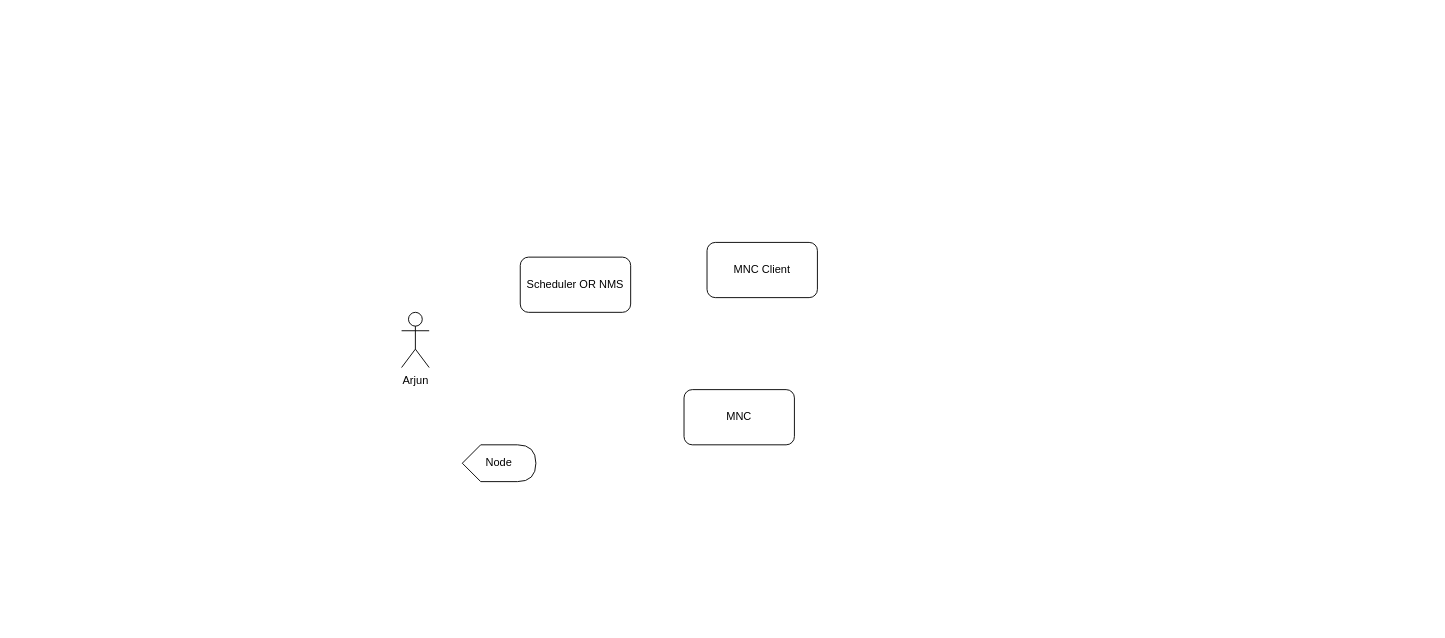
This is SchedulerORNMS_To_Node_Via_MNC.drawio from anshuldevmehta/RandomDiagrams, a draw.io file, before an edit. Source tidied: cells renumbered, new cells numbered last; positions are measured from the earlier drawing's top-left corner, leaving out a move shared by most shapes. Both pictures are drawn from the tidied source at 92%, with x=0, y=0 at pixel (401, 242).
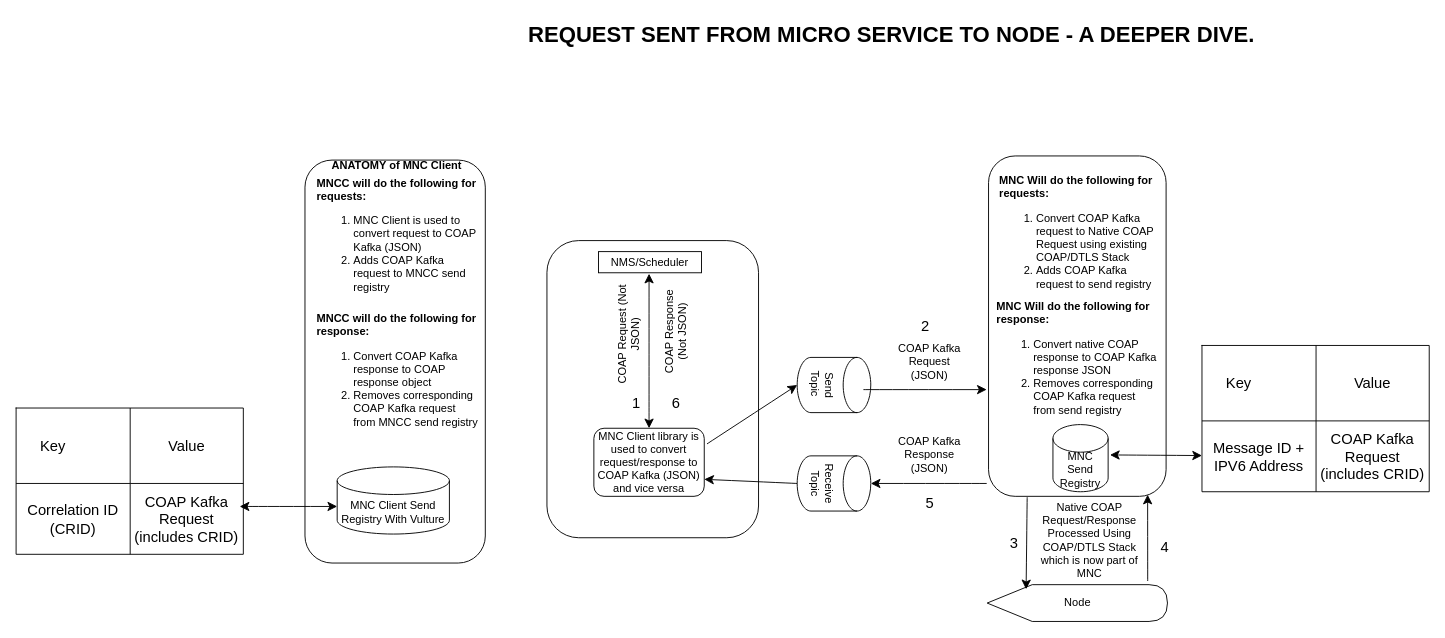
The same page after the edit.

Change to the diagram source:
```diff
@@
     <mxCell id="2" value="Node" style="shape=display;whiteSpace=wrap;html=1;" parent="1" vertex="1">
-      <mxGeometry x="66" y="220" width="80" height="40" as="geometry" />
+      <mxGeometry x="636.5" y="372" width="196" height="40" as="geometry" />
     </mxCell>
-    <mxCell id="3" value="MNC" style="rounded=1;whiteSpace=wrap;html=1;" parent="1" vertex="1">
-      <mxGeometry x="307" y="160" width="120" height="60" as="geometry" />
+    <mxCell id="3" style="rounded=1;whiteSpace=wrap;html=1;" parent="1" vertex="1">
+      <mxGeometry x="638" y="-94" width="193" height="370" as="geometry" />
     </mxCell>
-    <mxCell id="4" value="&lt;div&gt;Arjun&lt;/div&gt;&lt;div&gt;&lt;br&gt;&lt;/div&gt;" style="shape=umlActor;verticalLabelPosition=bottom;verticalAlign=top;html=1;" parent="1" vertex="1">
-      <mxGeometry y="76" width="30" height="60" as="geometry" />
-    </mxCell>
+    <mxCell id="6" style="rounded=1;whiteSpace=wrap;html=1;align=left;" parent="1" vertex="1">
+      <mxGeometry x="158" y="-2" width="230" height="323" as="geometry" />
+    </mxCell>
-    <mxCell id="5" value="MNC Client" style="rounded=1;whiteSpace=wrap;html=1;" parent="1" vertex="1">
-      <mxGeometry x="332" width="120" height="60" as="geometry" />
+    <mxCell id="5" value="MNC Client library is used to convert request/response to COAP Kafka (JSON) and vice versa" style="rounded=1;whiteSpace=wrap;html=1;" parent="1" vertex="1">
+      <mxGeometry x="209" y="202" width="120" height="74" as="geometry" />
     </mxCell>
-    <mxCell id="6" value="Scheduler OR NMS" style="rounded=1;whiteSpace=wrap;html=1;" parent="1" vertex="1">
-      <mxGeometry x="129" y="16" width="120" height="60" as="geometry" />
-    </mxCell>
+    <mxCell id="7" value="COAP Request (Not JSON)" style="text;html=1;align=center;verticalAlign=middle;whiteSpace=wrap;rounded=0;rotation=-90;" parent="1" vertex="1">
+      <mxGeometry x="192" y="85" width="110" height="30" as="geometry" />
+    </mxCell>
+    <mxCell id="8" value="Send Topic&amp;nbsp;" style="shape=cylinder3;whiteSpace=wrap;html=1;boundedLbl=1;backgroundOutline=1;size=15;rotation=90;" parent="1" vertex="1">
+      <mxGeometry x="440" y="115" width="60" height="80" as="geometry" />
+    </mxCell>
+    <mxCell id="9" value="Receive Topic" style="shape=cylinder3;whiteSpace=wrap;html=1;boundedLbl=1;backgroundOutline=1;size=15;rotation=90;" parent="1" vertex="1">
+      <mxGeometry x="440" y="222" width="60" height="80" as="geometry" />
+    </mxCell>
+    <mxCell id="10" style="endArrow=classic;html=1;rounded=0;fontSize=12;startSize=8;endSize=8;curved=1;entryX=0.5;entryY=1;entryDx=0;entryDy=0;entryPerimeter=0;" parent="1" edge="1" target="8">
+      <mxGeometry relative="1" as="geometry">
+        <mxPoint x="332" y="219" as="sourcePoint" />
+      </mxGeometry>
+    </mxCell>
+    <mxCell id="11" style="endArrow=classic;html=1;rounded=0;fontSize=12;startSize=8;endSize=8;curved=1;" parent="1" edge="1">
+      <mxGeometry relative="1" as="geometry">
+        <mxPoint x="502" y="160" as="sourcePoint" />
+        <mxPoint x="636" y="160" as="targetPoint" />
+      </mxGeometry>
+    </mxCell>
+    <mxCell id="12" style="endArrow=classic;html=1;rounded=0;fontSize=12;startSize=8;endSize=8;curved=1;" parent="1" edge="1" target="9">
+      <mxGeometry relative="1" as="geometry">
+        <mxPoint x="636" y="262" as="sourcePoint" />
+      </mxGeometry>
+    </mxCell>
+    <mxCell id="13" style="endArrow=classic;html=1;rounded=0;fontSize=12;startSize=8;endSize=8;curved=1;entryX=0.216;entryY=0.125;entryDx=0;entryDy=0;entryPerimeter=0;" parent="1" edge="1" target="2">
+      <mxGeometry relative="1" as="geometry">
+        <mxPoint x="680" y="277" as="sourcePoint" />
+      </mxGeometry>
+    </mxCell>
+    <mxCell id="14" style="endArrow=classic;html=1;rounded=0;fontSize=12;startSize=8;endSize=8;curved=1;entryX=0.896;entryY=0.995;entryDx=0;entryDy=0;entryPerimeter=0;" parent="1" edge="1" target="3">
+      <mxGeometry relative="1" as="geometry">
+        <mxPoint x="811" y="368" as="sourcePoint" />
+      </mxGeometry>
+    </mxCell>
+    <mxCell id="15" value="Native COAP Request/Response Processed Using COAP/DTLS Stack which is now part of MNC" style="text;html=1;align=center;verticalAlign=middle;whiteSpace=wrap;rounded=0;" parent="1" vertex="1">
+      <mxGeometry x="685" y="309" width="126" height="30" as="geometry" />
+    </mxCell>
+    <mxCell id="16" value="COAP Kafka Request (JSON)" style="text;html=1;align=center;verticalAlign=middle;whiteSpace=wrap;rounded=0;" parent="1" vertex="1">
+      <mxGeometry x="534" y="109" width="80" height="41" as="geometry" />
+    </mxCell>
+    <mxCell id="17" value="COAP Kafka Response (JSON)" style="text;html=1;align=center;verticalAlign=middle;whiteSpace=wrap;rounded=0;rotation=0;" parent="1" vertex="1">
+      <mxGeometry x="533" y="202" width="82" height="57" as="geometry" />
+    </mxCell>
+    <mxCell id="18" style="endArrow=classic;html=1;rounded=0;fontSize=12;startSize=8;endSize=8;curved=1;entryX=1;entryY=0.75;entryDx=0;entryDy=0;exitX=0.5;exitY=1;exitDx=0;exitDy=0;exitPerimeter=0;" parent="1" edge="1" source="9" target="5">
+      <mxGeometry relative="1" as="geometry" />
+    </mxCell>
+    <mxCell id="19" value="&lt;div&gt;&lt;b&gt;MNC Will do the following for requests:&lt;/b&gt;&lt;/div&gt;&lt;ol&gt;&lt;li&gt;Convert COAP Kafka request to Native COAP Request using existing COAP/DTLS Stack&lt;/li&gt;&lt;li&gt;Adds COAP Kafka request to send registry&lt;/li&gt;&lt;/ol&gt;" style="text;html=1;whiteSpace=wrap;overflow=hidden;rounded=0;" parent="1" vertex="1">
+      <mxGeometry x="648" y="-81" width="180" height="137" as="geometry" />
+    </mxCell>
+    <mxCell id="20" value="MNC Send Registry" style="shape=cylinder3;whiteSpace=wrap;html=1;boundedLbl=1;backgroundOutline=1;size=15;" parent="1" vertex="1">
+      <mxGeometry x="708" y="198" width="60" height="73" as="geometry" />
+    </mxCell>
+    <mxCell id="21" style="shape=table;startSize=0;childLayout=tableLayout;fontSize=16;" parent="1" vertex="1">
+      <mxGeometry x="870" y="112" width="247" height="159" as="geometry" />
+    </mxCell>
+    <mxCell id="22" style="shape=tableRow;horizontal=0;startSize=0;swimlaneHead=0;swimlaneBody=0;strokeColor=inherit;top=0;left=0;bottom=0;right=0;fillColor=none;fontSize=16;" parent="21" vertex="1">
+      <mxGeometry width="247" height="82" as="geometry" />
+    </mxCell>
+    <mxCell id="23" value="Key&lt;span style=&quot;white-space: pre;&quot;&gt;&#9;&lt;span style=&quot;white-space: pre;&quot;&gt;&#9;&lt;/span&gt;&lt;/span&gt;" style="shape=partialRectangle;html=1;whiteSpace=wrap;strokeColor=inherit;overflow=hidden;fillColor=none;top=0;left=0;bottom=0;right=0;fontSize=16;" parent="22" vertex="1">
+      <mxGeometry width="124" height="82" as="geometry" />
+    </mxCell>
+    <mxCell id="24" value="Value" style="shape=partialRectangle;html=1;whiteSpace=wrap;strokeColor=inherit;overflow=hidden;fillColor=none;top=0;left=0;bottom=0;right=0;fontSize=16;" parent="22" vertex="1">
+      <mxGeometry x="124" width="123" height="82" as="geometry" />
+    </mxCell>
+    <mxCell id="25" style="shape=tableRow;horizontal=0;startSize=0;swimlaneHead=0;swimlaneBody=0;strokeColor=inherit;top=0;left=0;bottom=0;right=0;fillColor=none;points=[[0,0.5],[1,0.5]];portConstraint=eastwest;fontSize=16;" parent="21" vertex="1">
+      <mxGeometry y="82" width="247" height="77" as="geometry" />
+    </mxCell>
+    <mxCell id="26" value="Message ID + IPV6 Address" style="shape=partialRectangle;html=1;whiteSpace=wrap;strokeColor=inherit;overflow=hidden;fillColor=none;top=0;left=0;bottom=0;right=0;fontSize=16;" parent="25" vertex="1">
+      <mxGeometry width="124" height="77" as="geometry" />
+    </mxCell>
+    <mxCell id="27" value="COAP Kafka Request (includes CRID)" style="shape=partialRectangle;html=1;whiteSpace=wrap;strokeColor=inherit;overflow=hidden;fillColor=none;top=0;left=0;bottom=0;right=0;fontSize=16;" parent="25" vertex="1">
+      <mxGeometry x="124" width="123" height="77" as="geometry" />
+    </mxCell>
+    <mxCell id="28" style="endArrow=classic;startArrow=classic;html=1;rounded=0;fontSize=12;startSize=8;endSize=8;curved=1;" parent="1" edge="1" target="25">
+      <mxGeometry relative="1" as="geometry">
+        <mxPoint x="770" y="231" as="sourcePoint" />
+      </mxGeometry>
+    </mxCell>
+    <mxCell id="29" value="&lt;div&gt;&lt;b&gt;MNC Will do the following for response:&lt;/b&gt;&lt;/div&gt;&lt;ol&gt;&lt;li&gt;Convert native COAP response to COAP Kafka response JSON&lt;/li&gt;&lt;li&gt;Removes corresponding COAP Kafka request from send registry&lt;/li&gt;&lt;/ol&gt;" style="text;html=1;whiteSpace=wrap;overflow=hidden;rounded=0;" parent="1" vertex="1">
+      <mxGeometry x="644.5" y="56" width="180" height="137" as="geometry" />
+    </mxCell>
+    <mxCell id="30" style="rounded=1;whiteSpace=wrap;html=1;" parent="1" vertex="1">
+      <mxGeometry x="-105" y="-89.5" width="196" height="438" as="geometry" />
+    </mxCell>
+    <mxCell id="31" value="&lt;div align=&quot;center&quot;&gt;&lt;b&gt;ANATOMY of MNC Client&lt;/b&gt;&lt;/div&gt;" style="text;html=1;align=center;verticalAlign=middle;whiteSpace=wrap;rounded=0;" parent="1" vertex="1">
+      <mxGeometry x="-94" y="-98" width="178" height="30" as="geometry" />
+    </mxCell>
+    <mxCell id="32" value="&lt;div&gt;&lt;b&gt;MNCC will do the following for requests:&lt;/b&gt;&lt;/div&gt;&lt;ol&gt;&lt;li&gt;MNC Client is used to convert request to COAP Kafka (JSON)&lt;/li&gt;&lt;li&gt;Adds COAP Kafka request to MNCC send registry&lt;/li&gt;&lt;/ol&gt;" style="text;html=1;whiteSpace=wrap;overflow=hidden;rounded=0;" parent="1" vertex="1">
+      <mxGeometry x="-94" y="-78" width="180" height="135" as="geometry" />
+    </mxCell>
+    <mxCell id="33" value="&lt;div&gt;&lt;b&gt;MNCC will do the following for response:&lt;/b&gt;&lt;/div&gt;&lt;ol&gt;&lt;li&gt;Convert COAP Kafka response to COAP response object&lt;/li&gt;&lt;li&gt;Removes corresponding COAP Kafka request from MNCC send registry&lt;/li&gt;&lt;/ol&gt;" style="text;html=1;whiteSpace=wrap;overflow=hidden;rounded=0;" parent="1" vertex="1">
+      <mxGeometry x="-94" y="69" width="180" height="137" as="geometry" />
+    </mxCell>
+    <mxCell id="34" value="MNC Client Send Registry With Vulture" style="shape=cylinder3;whiteSpace=wrap;html=1;boundedLbl=1;backgroundOutline=1;size=15;" parent="1" vertex="1">
+      <mxGeometry x="-70" y="244" width="122" height="73" as="geometry" />
+    </mxCell>
+    <mxCell id="35" style="shape=table;startSize=0;childLayout=tableLayout;fontSize=16;" parent="1" vertex="1">
+      <mxGeometry x="-419" y="180" width="247" height="159" as="geometry" />
+    </mxCell>
+    <mxCell id="36" style="shape=tableRow;horizontal=0;startSize=0;swimlaneHead=0;swimlaneBody=0;strokeColor=inherit;top=0;left=0;bottom=0;right=0;fillColor=none;fontSize=16;" parent="35" vertex="1">
+      <mxGeometry width="247" height="82" as="geometry" />
+    </mxCell>
+    <mxCell id="37" value="Key&lt;span style=&quot;white-space: pre;&quot;&gt;&#9;&lt;span style=&quot;white-space: pre;&quot;&gt;&#9;&lt;/span&gt;&lt;/span&gt;" style="shape=partialRectangle;html=1;whiteSpace=wrap;strokeColor=inherit;overflow=hidden;fillColor=none;top=0;left=0;bottom=0;right=0;fontSize=16;" parent="36" vertex="1">
+      <mxGeometry width="124" height="82" as="geometry" />
+    </mxCell>
+    <mxCell id="38" value="Value" style="shape=partialRectangle;html=1;whiteSpace=wrap;strokeColor=inherit;overflow=hidden;fillColor=none;top=0;left=0;bottom=0;right=0;fontSize=16;" parent="36" vertex="1">
+      <mxGeometry x="124" width="123" height="82" as="geometry" />
+    </mxCell>
+    <mxCell id="39" style="shape=tableRow;horizontal=0;startSize=0;swimlaneHead=0;swimlaneBody=0;strokeColor=inherit;top=0;left=0;bottom=0;right=0;fillColor=none;fontSize=16;" parent="35" vertex="1">
+      <mxGeometry y="82" width="247" height="77" as="geometry" />
+    </mxCell>
+    <mxCell id="40" value="Correlation ID (CRID)" style="shape=partialRectangle;html=1;whiteSpace=wrap;strokeColor=inherit;overflow=hidden;fillColor=none;top=0;left=0;bottom=0;right=0;fontSize=16;" parent="39" vertex="1">
+      <mxGeometry width="124" height="77" as="geometry" />
+    </mxCell>
+    <mxCell id="41" value="COAP Kafka Request (includes CRID)" style="shape=partialRectangle;html=1;whiteSpace=wrap;strokeColor=inherit;overflow=hidden;fillColor=none;top=0;left=0;bottom=0;right=0;fontSize=16;" parent="39" vertex="1">
+      <mxGeometry x="124" width="123" height="77" as="geometry" />
+    </mxCell>
+    <mxCell id="42" style="endArrow=classic;startArrow=classic;html=1;rounded=0;fontSize=12;startSize=8;endSize=8;curved=1;" parent="1" edge="1">
+      <mxGeometry relative="1" as="geometry">
+        <mxPoint x="-176" y="287" as="sourcePoint" />
+        <mxPoint x="-70" y="287" as="targetPoint" />
+      </mxGeometry>
+    </mxCell>
+    <mxCell id="43" value="COAP Response (Not JSON)" style="text;html=1;align=center;verticalAlign=middle;whiteSpace=wrap;rounded=0;rotation=-90;" parent="1" vertex="1">
+      <mxGeometry x="243" y="82" width="110" height="30" as="geometry" />
+    </mxCell>
+    <mxCell id="44" style="endArrow=classic;startArrow=classic;html=1;rounded=0;fontSize=12;startSize=8;endSize=8;curved=1;entryX=0.5;entryY=1;entryDx=0;entryDy=0;" parent="1" edge="1" source="5">
+      <mxGeometry relative="1" as="geometry">
+        <mxPoint x="269" y="34" as="targetPoint" />
+      </mxGeometry>
+    </mxCell>
+    <mxCell id="45" value="NMS/Scheduler" style="rounded=0;whiteSpace=wrap;html=1;" parent="1" vertex="1">
+      <mxGeometry x="214" y="10" width="112" height="23" as="geometry" />
+    </mxCell>
+    <mxCell id="46" value="&lt;h1 style=&quot;margin-top: 0px;&quot;&gt;REQUEST SENT FROM MICRO SERVICE TO NODE - A DEEPER DIVE.&lt;/h1&gt;&lt;p&gt;&lt;br&gt;&lt;/p&gt;" style="text;html=1;whiteSpace=wrap;overflow=hidden;rounded=0;" parent="1" vertex="1">
+      <mxGeometry x="136" y="-246" width="823" height="48" as="geometry" />
+    </mxCell>
+    <mxCell id="47" value="1" style="text;strokeColor=none;fillColor=none;html=1;align=center;verticalAlign=middle;whiteSpace=wrap;rounded=0;fontSize=16;" parent="1" vertex="1">
+      <mxGeometry x="237" y="164" width="37" height="19.5" as="geometry" />
+    </mxCell>
+    <mxCell id="48" value="2" style="text;strokeColor=none;fillColor=none;html=1;align=center;verticalAlign=middle;whiteSpace=wrap;rounded=0;fontSize=16;" parent="1" vertex="1">
+      <mxGeometry x="551" y="81.2" width="37" height="19.5" as="geometry" />
+    </mxCell>
+    <mxCell id="49" value="3" style="text;strokeColor=none;fillColor=none;html=1;align=center;verticalAlign=middle;whiteSpace=wrap;rounded=0;fontSize=16;" parent="1" vertex="1">
+      <mxGeometry x="647" y="317" width="38" height="19.5" as="geometry" />
+    </mxCell>
+    <mxCell id="50" value="4" style="text;strokeColor=none;fillColor=none;html=1;align=center;verticalAlign=middle;whiteSpace=wrap;rounded=0;fontSize=16;" parent="1" vertex="1">
+      <mxGeometry x="811" y="321" width="38" height="19.5" as="geometry" />
+    </mxCell>
+    <mxCell id="51" value="5" style="text;strokeColor=none;fillColor=none;html=1;align=center;verticalAlign=middle;whiteSpace=wrap;rounded=0;fontSize=16;" parent="1" vertex="1">
+      <mxGeometry x="555.5" y="273" width="37" height="19.5" as="geometry" />
+    </mxCell>
+    <mxCell id="52" value="6" style="text;strokeColor=none;fillColor=none;html=1;align=center;verticalAlign=middle;whiteSpace=wrap;rounded=0;fontSize=16;" parent="1" vertex="1">
+      <mxGeometry x="279.5" y="164" width="37" height="19.5" as="geometry" />
+    </mxCell>
```
